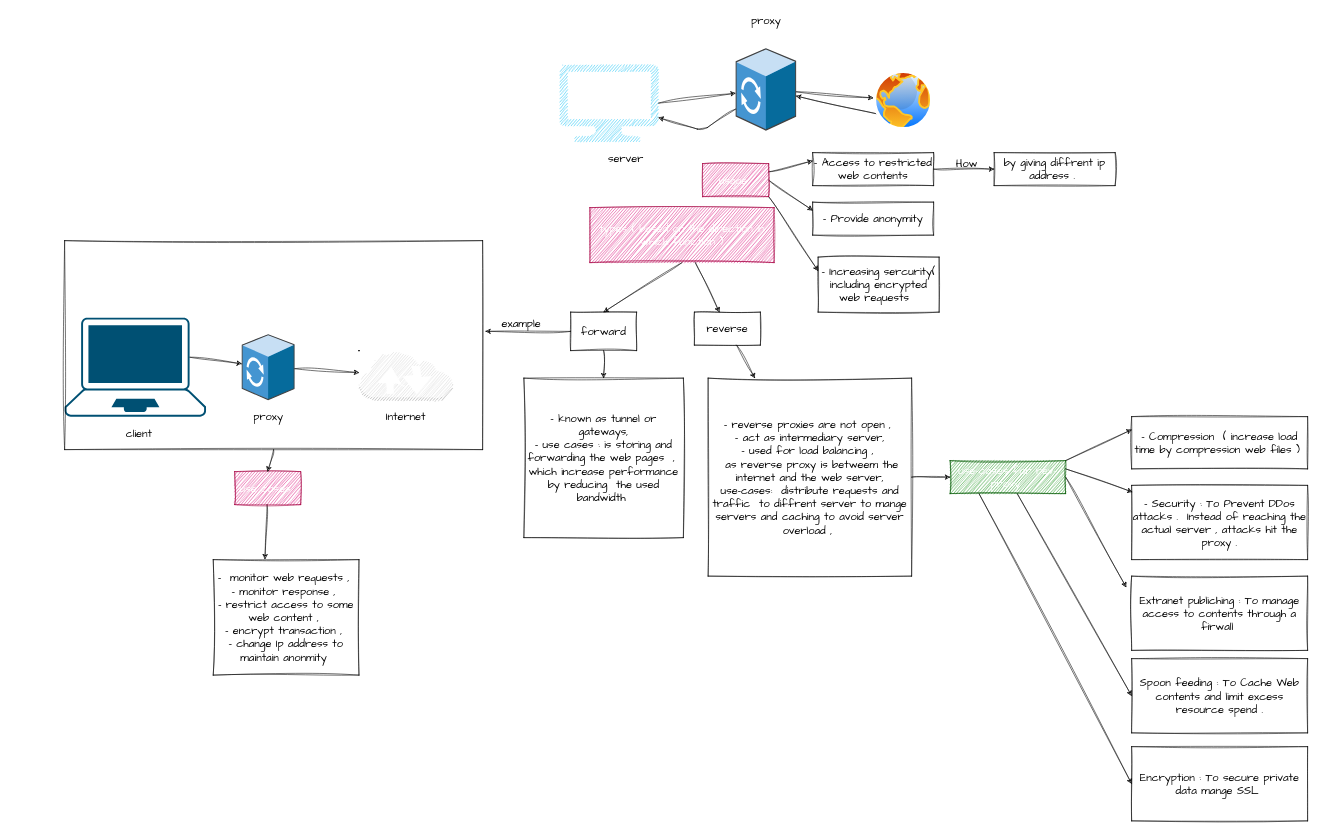
The draw.io diagram proxy.drawio in EmanSaeed331/node-proxy, before the edit. Source tidied: cells renumbered, new cells numbered last; positions are measured from the earlier drawing's top-left corner, leaving out a move shared by most shapes. Both pictures are drawn from the tidied source at 55%, with x=0, y=0 at pixel (64, 9).
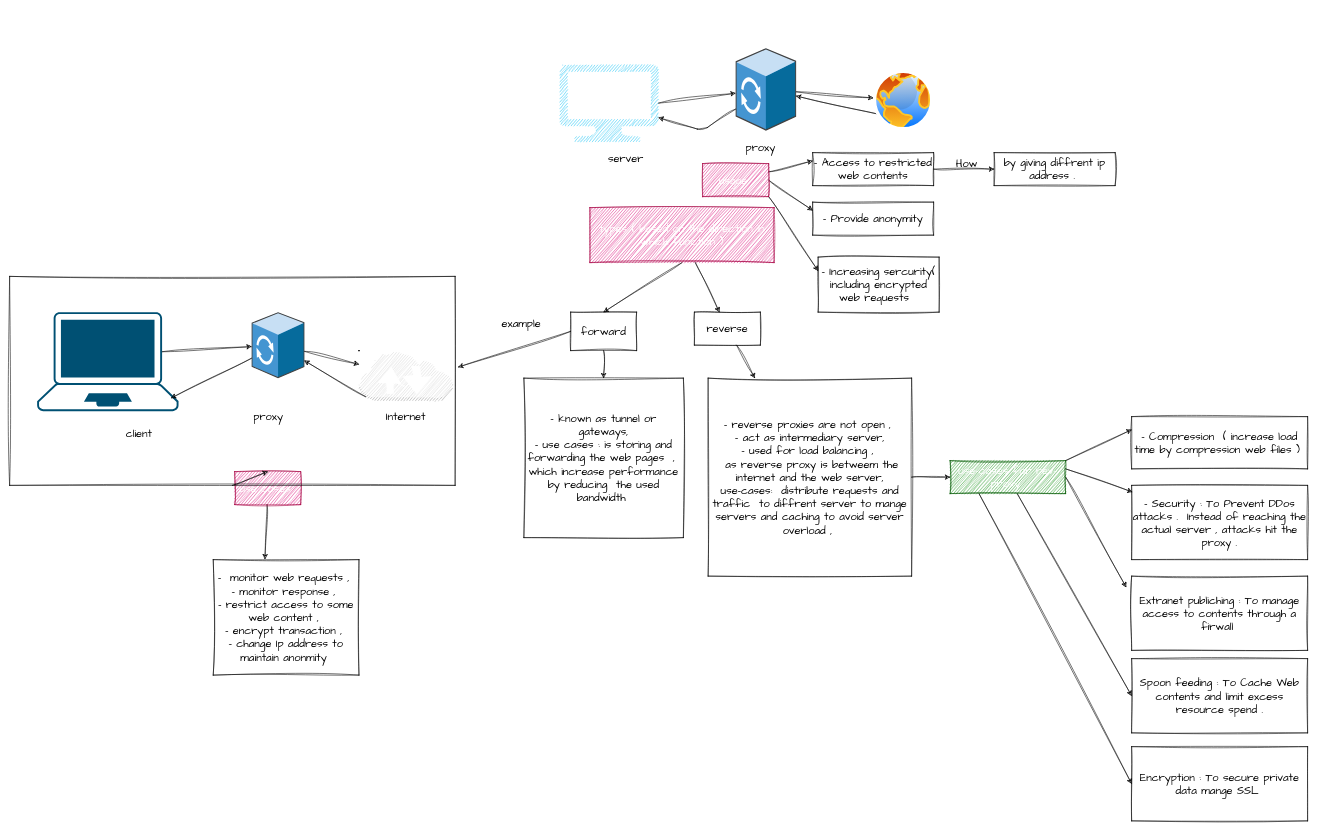
After the change.

The change refers to these unchanged cells:
```xml
<mxCell id="33" style="outlineConnect=0;dashed=0;verticalLabelPosition=bottom;verticalAlign=top;align=center;html=1;shape=mxgraph.aws3.internet_2;fillColor=#D2D3D3;gradientColor=none;sketch=1;hachureGap=4;jiggle=2;curveFitting=1;fontFamily=Architects Daughter;fontSize=20;" parent="1" vertex="1">
  <mxGeometry x="535.2" y="620" width="169.5" height="90" as="geometry" />
</mxCell>
```

Diff of the diagram source:
```diff
@@
     <mxCell id="8" value="proxy" style="text;html=1;align=center;verticalAlign=middle;strokeColor=none;fillColor=none;fontSize=20;fontFamily=Architects Daughter;sketch=1;hachureGap=4;jiggle=2;curveFitting=1;" parent="1" vertex="1">
-      <mxGeometry x="1235" width="80" height="40" as="geometry" />
+      <mxGeometry x="1225" y="230" width="80" height="40" as="geometry" />
     </mxCell>
@@
     <mxCell id="31" style="points=[[0.13,0.02,0],[0.5,0,0],[0.87,0.02,0],[0.885,0.4,0],[0.985,0.985,0],[0.5,1,0],[0.015,0.985,0],[0.115,0.4,0]];verticalLabelPosition=bottom;sketch=0;html=1;verticalAlign=top;align=center;shape=mxgraph.cisco19.laptop;fillColor=#005073;strokeColor=none;hachureGap=4;jiggle=2;curveFitting=1;fontFamily=Architects Daughter;fontSize=20;" parent="1" vertex="1">
-      <mxGeometry y="560" width="257.1" height="180" as="geometry" />
+      <mxGeometry x="-50" y="550" width="257.1" height="180" as="geometry" />
     </mxCell>
@@
+    <mxCell id="57" style="edgeStyle=none;sketch=1;hachureGap=4;jiggle=2;curveFitting=1;html=1;exitX=0.07;exitY=0.93;exitDx=0;exitDy=0;exitPerimeter=0;fontFamily=Architects Daughter;fontSize=16;" parent="1" edge="1" source="33" target="35">
+      <mxGeometry relative="1" as="geometry" />
+    </mxCell>
@@
+    <mxCell id="58" style="edgeStyle=none;sketch=1;hachureGap=4;jiggle=2;curveFitting=1;html=1;fontFamily=Architects Daughter;fontSize=16;entryX=0.947;entryY=0.868;entryDx=0;entryDy=0;entryPerimeter=0;" parent="1" edge="1" source="35" target="31">
+      <mxGeometry relative="1" as="geometry" />
+    </mxCell>
     <mxCell id="35" style="sketch=0;shadow=0;dashed=0;html=1;labelPosition=center;verticalLabelPosition=bottom;verticalAlign=top;align=center;outlineConnect=0;shape=mxgraph.veeam.3d.proxy;hachureGap=4;jiggle=2;curveFitting=1;fontFamily=Architects Daughter;fontSize=20;fillColor=none;" parent="1" vertex="1">
-      <mxGeometry x="322" y="590" width="96" height="120" as="geometry" />
+      <mxGeometry x="340" y="550" width="96" height="120" as="geometry" />
     </mxCell>
@@
     <mxCell id="42" style="whiteSpace=wrap;html=1;sketch=1;hachureGap=4;jiggle=2;curveFitting=1;fontFamily=Architects Daughter;fontSize=20;fillColor=none;" parent="1" vertex="1">
-      <mxGeometry y="420" width="760" height="380" as="geometry" />
+      <mxGeometry x="-100" y="485" width="810" height="380" as="geometry" />
     </mxCell>
```
